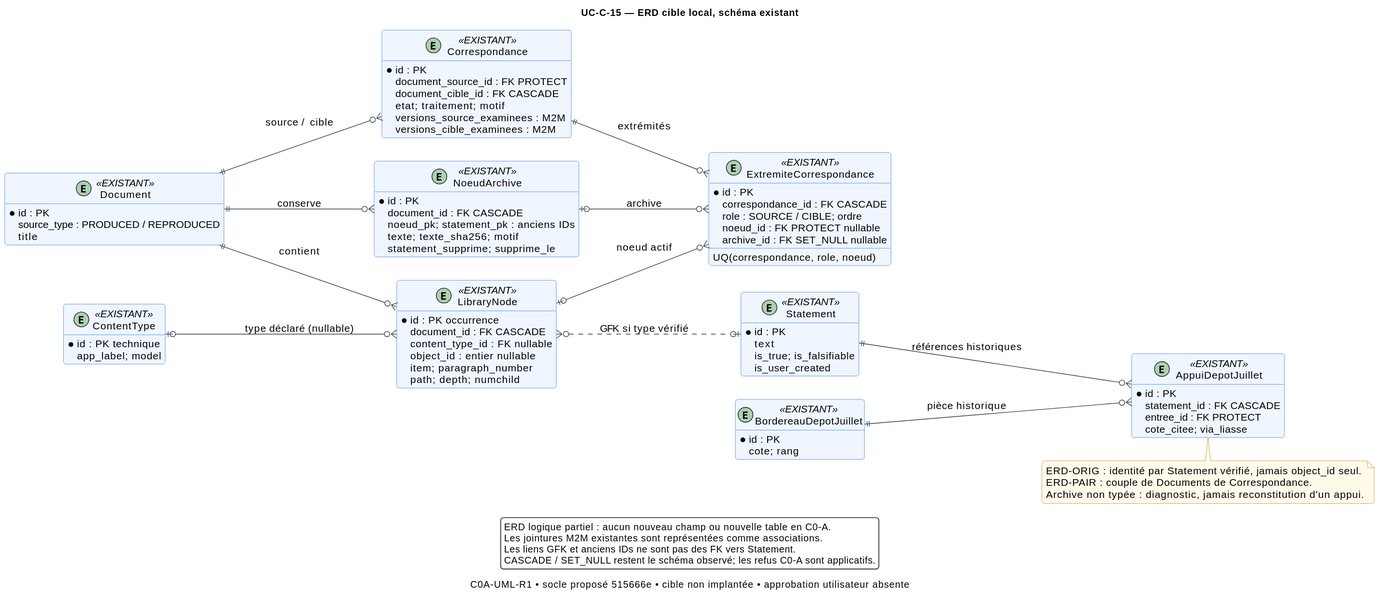
Before: docs/architecture_c/use_cases/UC-C-15/erd.svg, a diagram exported from PlantUML (LPDavidbdeb/court).
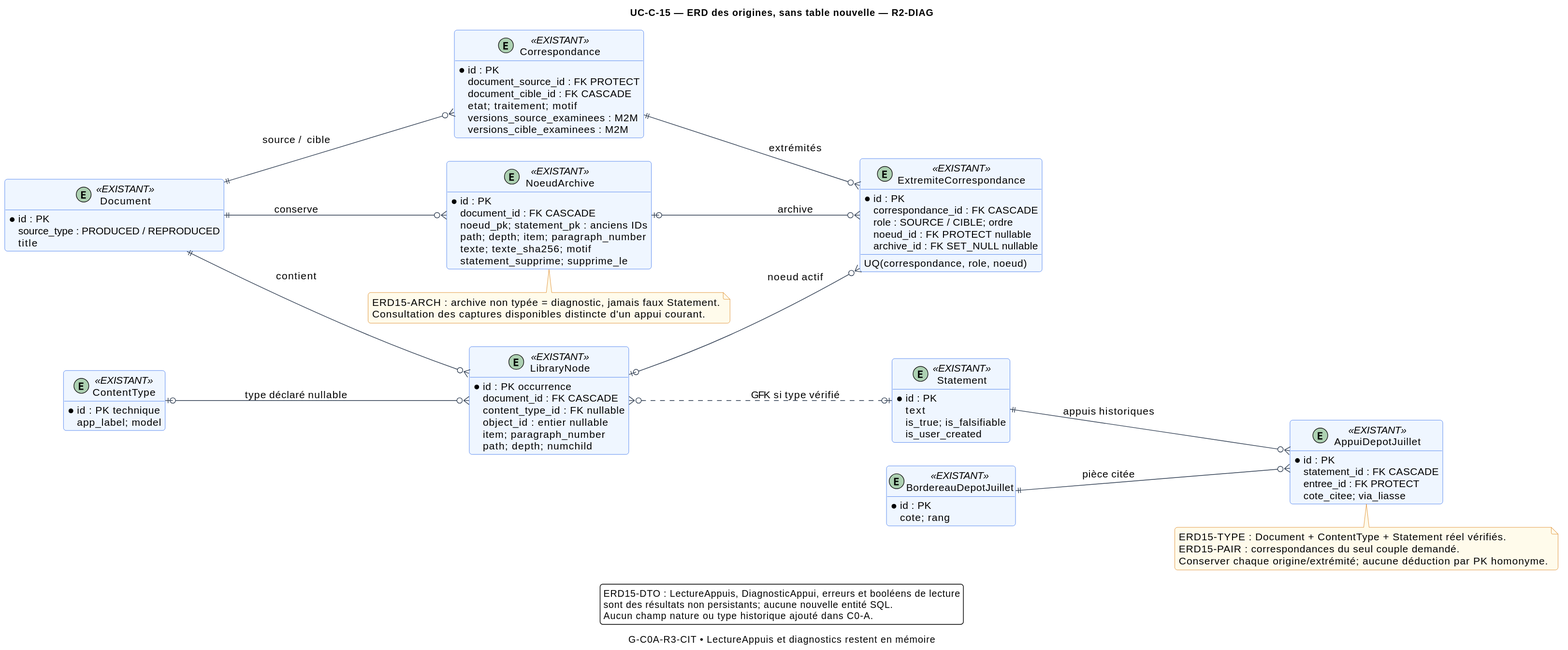
The same diagram one commit later.

Change to the diagram source:
```diff
@@ -1,7 +1,7 @@
 @startuml
 !include ../../modele_global/style.iuml
-title UC-C-15 — ERD cible local, schéma existant
-caption C0A-UML-R1 • socle proposé 515666e • cible non implantée • approbation utilisateur absente
+title UC-C-15 — ERD des origines, sans table nouvelle — R2-DIAG
+caption G-C0A-R3-CIT • LectureAppuis et diagnostics restent en mémoire
 left to right direction
 entity "Document" as Document <<EXISTANT>> {
   * id : PK
@@ -46,6 +46,7 @@
   * id : PK
   document_id : FK CASCADE
   noeud_pk; statement_pk : anciens IDs
+  path; depth; item; paragraph_number
   texte; texte_sha256; motif
   statement_supprime; supprime_le
 }
@@ -59,7 +60,7 @@
   * id : PK
   cote; rang
 }
-ContentType |o--o{ LibraryNode : type déclaré (nullable)
+ContentType |o--o{ LibraryNode : type déclaré nullable
 Document ||--o{ LibraryNode : contient
 LibraryNode }o..o| Statement : GFK si type vérifié
 Document ||--o{ Correspondance : source / cible
@@ -67,17 +68,20 @@
 LibraryNode |o--o{ ExtremiteCorrespondance : noeud actif
 NoeudArchive |o--o{ ExtremiteCorrespondance : archive
 Document ||--o{ NoeudArchive : conserve
-Statement ||--o{ AppuiDepotJuillet : références historiques
-BordereauDepotJuillet ||--o{ AppuiDepotJuillet : pièce historique
+Statement ||--o{ AppuiDepotJuillet : appuis historiques
+BordereauDepotJuillet ||--o{ AppuiDepotJuillet : pièce citée
+note bottom of AppuiDepotJuillet
+ERD15-TYPE : Document + ContentType + Statement réel vérifiés.
+ERD15-PAIR : correspondances du seul couple demandé.
+Conserver chaque origine/extrémité; aucune déduction par PK homonyme.
+end note
+note bottom of NoeudArchive
+ERD15-ARCH : archive non typée = diagnostic, jamais faux Statement.
+Consultation des captures disponibles distincte d'un appui courant.
+end note
 legend bottom
-ERD logique partiel : aucun nouveau champ ou nouvelle table en C0-A.
-Les jointures M2M existantes sont représentées comme associations.
-Les liens GFK et anciens IDs ne sont pas des FK vers Statement.
-CASCADE / SET_NULL restent le schéma observé; les refus C0-A sont applicatifs.
+ERD15-DTO : LectureAppuis, DiagnosticAppui, erreurs et booléens de lecture
+sont des résultats non persistants; aucune nouvelle entité SQL.
+Aucun champ nature ou type historique ajouté dans C0-A.
 endlegend
-note bottom of AppuiDepotJuillet
-ERD-ORIG : identité par Statement vérifié, jamais object_id seul.
-ERD-PAIR : couple de Documents de Correspondance.
-Archive non typée : diagnostic, jamais reconstitution d'un appui.
-end note
 @enduml
```
